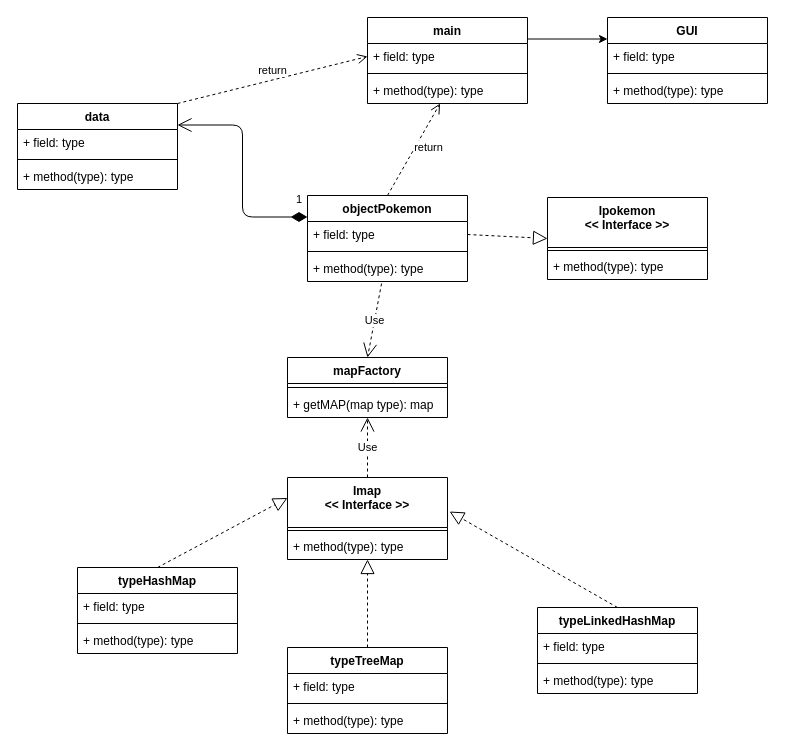
Before: hojaTrabajo6/Analysis/ULM.drawio in adrianArimany/CC2016_Hojas_trabajos, a draw.io diagram. Source tidied: cells renumbered, new cells numbered last; positions are measured from the earlier drawing's top-left corner, leaving out a move shared by most shapes. Both pictures are drawn from the tidied source at 100%, with x=0, y=0 at pixel (17, 17).
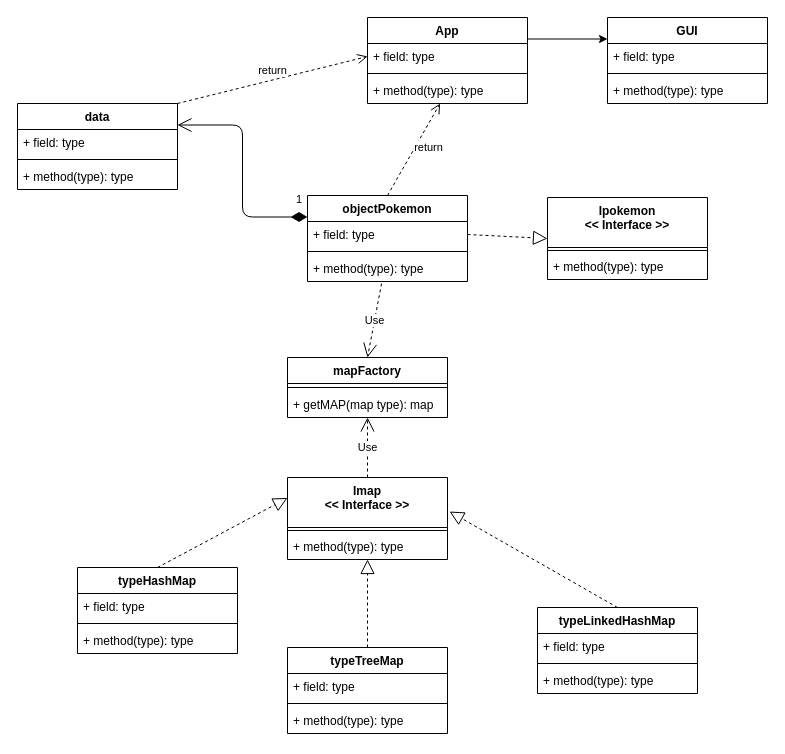
The same page after the edit.

Change to the diagram source:
```diff
@@
-    <mxCell id="3" value="main" style="swimlane;fontStyle=1;align=center;verticalAlign=top;horizontal=1;startSize=26;" parent="1" vertex="1">
+    <mxCell id="3" value="App" style="swimlane;fontStyle=1;align=center;verticalAlign=top;horizontal=1;startSize=26;" parent="1" vertex="1">
       <mxGeometry x="350" width="160" height="86" as="geometry" />
     </mxCell>
```
